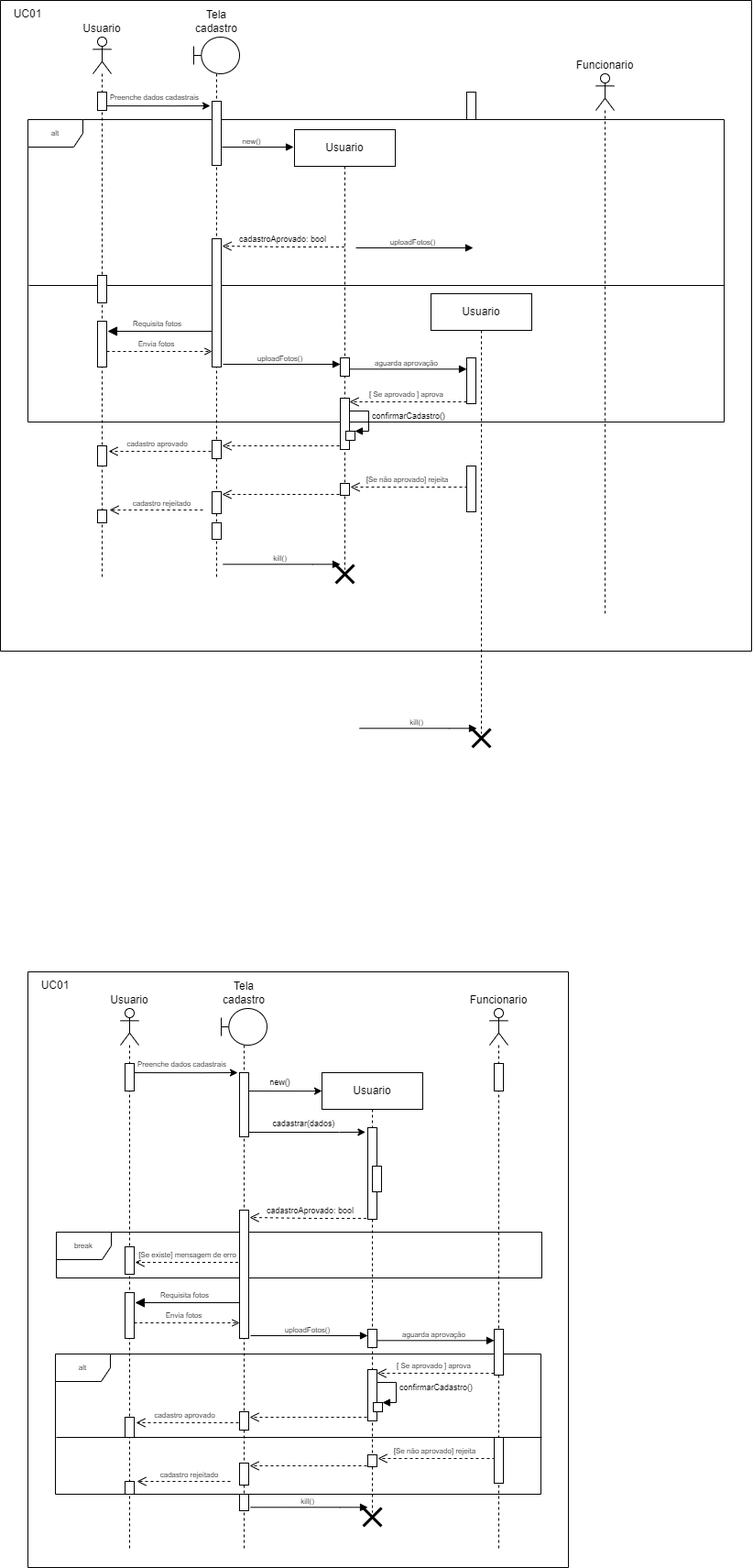
EijiDogen/BrainForHire keeps this draw.io diagram as diagramasDeSequenciaCompletos/1. CadastraNoSistemaR1.drawio.png. Above is the earlier version. Source tidied: cells renumbered, new cells last; positions are measured from the earlier drawing's top-left corner, leaving out a move shared by most shapes.
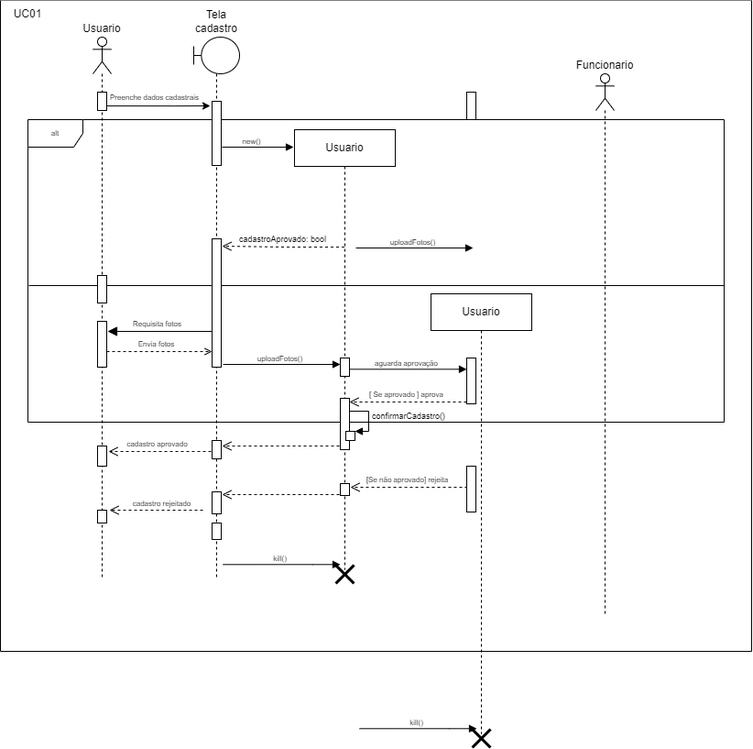
After the change.

Diff of the diagram source:
```diff
@@ -1,6 +1,13 @@
 <mxGraphModel>
   <root>
     <mxCell id="0" />
+    <mxCell id="58" value="Contorno" parent="0" />
+    <mxCell id="59" style="swimlane;startSize=0;fillColor=default;gradientColor=none;swimlaneLine=1;swimlaneFillColor=#FFFFFF;" parent="58" vertex="1">
+      <mxGeometry width="820" height="710" as="geometry" />
+    </mxCell>
+    <mxCell id="60" value="UC01" style="text;html=1;strokeColor=none;fillColor=none;align=center;verticalAlign=middle;whiteSpace=wrap;rounded=0;" parent="59" vertex="1">
+      <mxGeometry width="60" height="30" as="geometry" />
+    </mxCell>
     <mxCell id="1" value="Frames" parent="0" />
     <mxCell id="2" value="Requisita fotos" style="html=1;verticalAlign=bottom;endArrow=block;endSize=8;rounded=0;fontSize=8;endFill=1;" parent="1" edge="1">
       <mxGeometry x="0.09" relative="1" as="geometry">
@@ -286,287 +293,5 @@
     <mxCell id="57" style="html=1;perimeter=orthogonalPerimeter;fontSize=9;" parent="40" vertex="1">
       <mxGeometry x="509" y="390" width="10" height="50" as="geometry" />
     </mxCell>
-    <mxCell id="58" value="Contorno" parent="0" />
-    <mxCell id="59" style="swimlane;startSize=0;fillColor=#FFFFFF;gradientColor=none;" parent="58" vertex="1">
-      <mxGeometry width="820" height="710" as="geometry" />
-    </mxCell>
-    <mxCell id="60" value="UC01" style="text;html=1;strokeColor=none;fillColor=none;align=center;verticalAlign=middle;whiteSpace=wrap;rounded=0;" parent="59" vertex="1">
-      <mxGeometry width="60" height="30" as="geometry" />
-    </mxCell>
-    <mxCell id="61" value="Backup" parent="0" />
-    <mxCell id="62" value="break" style="shape=umlFrame;whiteSpace=wrap;html=1;fontSize=8;" parent="61" vertex="1">
-      <mxGeometry x="61" y="1344" width="530" height="50" as="geometry" />
-    </mxCell>
-    <mxCell id="63" value="Requisita fotos" style="html=1;verticalAlign=bottom;endArrow=block;endSize=8;rounded=0;fontSize=8;endFill=1;" parent="61" edge="1">
-      <mxGeometry x="0.09" relative="1" as="geometry">
-        <mxPoint x="265.5" y="1421" as="sourcePoint" />
-        <mxPoint x="147" y="1421" as="targetPoint" />
-      </mxGeometry>
-    </mxCell>
-    <mxCell id="64" value="alt" style="shape=umlFrame;whiteSpace=wrap;html=1;fontSize=8;" parent="61" vertex="1">
-      <mxGeometry x="60" y="1477" width="530" height="153" as="geometry" />
-    </mxCell>
-    <mxCell id="65" style="line;strokeWidth=1;fillColor=none;align=left;verticalAlign=middle;spacingTop=-1;spacingLeft=3;spacingRight=3;labelPosition=right;" parent="61" vertex="1">
-      <mxGeometry x="61" y="1564" width="530" height="8" as="geometry" />
-    </mxCell>
-    <mxCell id="66" value="Usuario" style="shape=umlLifeline;participant=umlActor;perimeter=lifelinePerimeter;whiteSpace=wrap;html=1;verticalAlign=bottom;spacingTop=36;labelPosition=center;verticalLabelPosition=top;align=center;" parent="61" vertex="1">
-      <mxGeometry x="131" y="1100" width="20" height="590" as="geometry" />
-    </mxCell>
-    <mxCell id="67" value="Tela cadastro" style="shape=umlLifeline;participant=umlBoundary;perimeter=lifelinePerimeter;whiteSpace=wrap;html=1;verticalAlign=bottom;spacingTop=36;labelPosition=center;verticalLabelPosition=top;align=center;" parent="61" vertex="1">
-      <mxGeometry x="241" y="1100" width="50" height="590" as="geometry" />
-    </mxCell>
-    <mxCell id="68" value="Funcionario&lt;br&gt;" style="shape=umlLifeline;participant=umlActor;perimeter=lifelinePerimeter;whiteSpace=wrap;html=1;verticalAlign=bottom;spacingTop=36;labelPosition=center;verticalLabelPosition=top;align=center;" parent="61" vertex="1">
-      <mxGeometry x="534" y="1100" width="20" height="590" as="geometry" />
-    </mxCell>
-    <mxCell id="69" value="Usuario" style="shape=umlLifeline;perimeter=lifelinePerimeter;whiteSpace=wrap;html=1;" parent="61" vertex="1">
-      <mxGeometry x="351" y="1170" width="110" height="480" as="geometry" />
-    </mxCell>
-    <mxCell id="70" value="verificarExiste()" style="edgeStyle=orthogonalEdgeStyle;html=1;align=left;spacingLeft=2;endArrow=block;rounded=0;entryX=1;entryY=0;fontSize=9;" parent="69" edge="1">
-      <mxGeometry relative="1" as="geometry">
-        <mxPoint x="55" y="80" as="sourcePoint" />
-        <Array as="points">
-          <mxPoint x="80" y="80" />
-        </Array>
-      </mxGeometry>
-    </mxCell>
-    <mxCell id="71" style="edgeStyle=orthogonalEdgeStyle;rounded=0;orthogonalLoop=1;jettySize=auto;html=1;endArrow=block;endFill=1;" parent="69" edge="1">
-      <mxGeometry relative="1" as="geometry">
-        <mxPoint x="-78" y="474.3" as="sourcePoint" />
-        <mxPoint x="50" y="474.3" as="targetPoint" />
-        <Array as="points">
-          <mxPoint x="20" y="474.3" />
-          <mxPoint x="20" y="474.3" />
-        </Array>
-      </mxGeometry>
-    </mxCell>
-    <mxCell id="72" value="kill()" style="edgeLabel;html=1;align=center;verticalAlign=middle;fontSize=8;" parent="71" vertex="1">
-      <mxGeometry x="0.19" y="-3" relative="1" as="geometry">
-        <mxPoint x="-14" y="-10" as="offset" />
-      </mxGeometry>
-    </mxCell>
-    <mxCell id="73" style="shape=umlDestroy;whiteSpace=wrap;html=1;strokeWidth=3;" parent="69" vertex="1">
-      <mxGeometry x="45" y="475" width="20" height="20" as="geometry" />
-    </mxCell>
-    <mxCell id="74" value="confirmarCadastro()" style="edgeStyle=orthogonalEdgeStyle;html=1;align=left;spacingLeft=2;endArrow=block;rounded=0;entryX=1;entryY=0;fontSize=9;" parent="61" edge="1">
-      <mxGeometry relative="1" as="geometry">
-        <mxPoint x="407" y="1508" as="sourcePoint" />
-        <mxPoint x="417" y="1530" as="targetPoint" />
-        <Array as="points">
-          <mxPoint x="432" y="1508" />
-        </Array>
-      </mxGeometry>
-    </mxCell>
-    <mxCell id="75" style="edgeStyle=orthogonalEdgeStyle;rounded=0;orthogonalLoop=1;jettySize=auto;html=1;" parent="61" edge="1">
-      <mxGeometry relative="1" as="geometry">
-        <mxPoint x="140.3" y="1170.1" as="sourcePoint" />
-        <mxPoint x="259" y="1170" as="targetPoint" />
-        <Array as="points">
-          <mxPoint x="221" y="1170" />
-          <mxPoint x="221" y="1170" />
-        </Array>
-      </mxGeometry>
-    </mxCell>
-    <mxCell id="76" value="Preenche dados cadastrais" style="edgeLabel;html=1;align=center;verticalAlign=middle;fontSize=8;" parent="75" vertex="1">
-      <mxGeometry x="-0.09" y="2" relative="1" as="geometry">
-        <mxPoint x="3" y="-8" as="offset" />
-      </mxGeometry>
-    </mxCell>
-    <mxCell id="77" style="edgeStyle=orthogonalEdgeStyle;rounded=0;orthogonalLoop=1;jettySize=auto;html=1;fontSize=9;" parent="61" edge="1">
-      <mxGeometry relative="1" as="geometry">
-        <mxPoint x="265.3" y="1190.1" as="sourcePoint" />
-        <mxPoint x="351" y="1190" as="targetPoint" />
-        <Array as="points">
-          <mxPoint x="341" y="1190" />
-        </Array>
-      </mxGeometry>
-    </mxCell>
-    <mxCell id="78" value="new()" style="edgeLabel;html=1;align=center;verticalAlign=middle;fontSize=9;" parent="77" vertex="1">
-      <mxGeometry x="-0.11" y="1" relative="1" as="geometry">
-        <mxPoint y="-9" as="offset" />
-      </mxGeometry>
-    </mxCell>
-    <mxCell id="79" value="[Se existe] mensagem de erro" style="html=1;verticalAlign=bottom;endArrow=open;dashed=1;endSize=8;rounded=0;fontSize=8;" parent="61" edge="1">
-      <mxGeometry x="0.04" relative="1" as="geometry">
-        <mxPoint x="265.5" y="1377" as="sourcePoint" />
-        <mxPoint x="147" y="1377" as="targetPoint" />
-      </mxGeometry>
-    </mxCell>
-    <mxCell id="80" value="Envia fotos" style="html=1;verticalAlign=bottom;endArrow=open;rounded=0;fontSize=8;endFill=0;dashed=1;" parent="61" edge="1">
-      <mxGeometry x="-0.04" relative="1" as="geometry">
-        <mxPoint x="146" y="1443" as="sourcePoint" />
-        <mxPoint x="261" y="1443" as="targetPoint" />
-      </mxGeometry>
-    </mxCell>
-    <mxCell id="81" style="edgeStyle=orthogonalEdgeStyle;rounded=0;orthogonalLoop=1;jettySize=auto;html=1;endArrow=block;endFill=1;" parent="61" edge="1">
-      <mxGeometry relative="1" as="geometry">
-        <mxPoint x="273" y="1457" as="sourcePoint" />
-        <mxPoint x="401" y="1457" as="targetPoint" />
-        <Array as="points">
-          <mxPoint x="273" y="1457" />
-        </Array>
-      </mxGeometry>
-    </mxCell>
-    <mxCell id="82" value="uploadFotos()" style="edgeLabel;html=1;align=center;verticalAlign=middle;fontSize=8;" parent="81" vertex="1">
-      <mxGeometry x="0.19" y="-3" relative="1" as="geometry">
-        <mxPoint x="-14" y="-10" as="offset" />
-      </mxGeometry>
-    </mxCell>
-    <mxCell id="83" style="rounded=0;orthogonalLoop=1;jettySize=auto;html=1;endArrow=block;endFill=1;exitX=1;exitY=0.186;exitDx=0;exitDy=0;exitPerimeter=0;" parent="61" edge="1">
-      <mxGeometry relative="1" as="geometry">
-        <mxPoint x="411" y="1462.3" as="sourcePoint" />
-        <mxPoint x="539" y="1462.3" as="targetPoint" />
-      </mxGeometry>
-    </mxCell>
-    <mxCell id="84" value="aguarda aprovação" style="edgeLabel;html=1;align=center;verticalAlign=middle;fontSize=8;" parent="83" vertex="1">
-      <mxGeometry x="0.19" y="-3" relative="1" as="geometry">
-        <mxPoint x="-14" y="-10" as="offset" />
-      </mxGeometry>
-    </mxCell>
-    <mxCell id="85" value="[ Se aprovado ] aprova" style="html=1;verticalAlign=bottom;endArrow=open;dashed=1;endSize=8;rounded=0;fontSize=8;sketch=0;shadow=0;strokeColor=default;" parent="61" edge="1">
-      <mxGeometry x="0.04" relative="1" as="geometry">
-        <mxPoint x="539" y="1498" as="sourcePoint" />
-        <mxPoint x="411" y="1498" as="targetPoint" />
-        <Array as="points">
-          <mxPoint x="471" y="1498" />
-        </Array>
-      </mxGeometry>
-    </mxCell>
-    <mxCell id="86" value="cadastro aprovado" style="html=1;verticalAlign=bottom;endArrow=open;dashed=1;endSize=8;rounded=0;fontSize=8;sketch=0;shadow=0;strokeColor=default;" parent="61" edge="1">
-      <mxGeometry x="0.04" relative="1" as="geometry">
-        <mxPoint x="260" y="1552" as="sourcePoint" />
-        <mxPoint x="148" y="1552" as="targetPoint" />
-        <Array as="points">
-          <mxPoint x="192" y="1552" />
-        </Array>
-      </mxGeometry>
-    </mxCell>
-    <mxCell id="87" style="html=1;verticalAlign=bottom;endArrow=open;dashed=1;endSize=8;rounded=0;fontSize=8;sketch=0;shadow=0;strokeColor=default;" parent="61" edge="1">
-      <mxGeometry x="0.04" relative="1" as="geometry">
-        <mxPoint x="400" y="1546" as="sourcePoint" />
-        <mxPoint x="272" y="1546" as="targetPoint" />
-        <Array as="points">
-          <mxPoint x="332" y="1546" />
-        </Array>
-      </mxGeometry>
-    </mxCell>
-    <mxCell id="88" value="[Se não aprovado] rejeita" style="html=1;verticalAlign=bottom;endArrow=open;dashed=1;endSize=8;rounded=0;fontSize=8;sketch=0;shadow=0;strokeColor=default;" parent="61" edge="1">
-      <mxGeometry x="0.04" relative="1" as="geometry">
-        <mxPoint x="540" y="1591" as="sourcePoint" />
-        <mxPoint x="412" y="1591" as="targetPoint" />
-        <Array as="points">
-          <mxPoint x="472" y="1591" />
-        </Array>
-      </mxGeometry>
-    </mxCell>
-    <mxCell id="89" style="html=1;verticalAlign=bottom;endArrow=open;dashed=1;endSize=8;rounded=0;fontSize=8;sketch=0;shadow=0;strokeColor=default;" parent="61" edge="1">
-      <mxGeometry x="0.04" relative="1" as="geometry">
-        <mxPoint x="400" y="1599" as="sourcePoint" />
-        <mxPoint x="272" y="1599" as="targetPoint" />
-        <Array as="points">
-          <mxPoint x="332" y="1599" />
-        </Array>
-      </mxGeometry>
-    </mxCell>
-    <mxCell id="90" style="html=1;verticalAlign=bottom;endArrow=open;dashed=1;endSize=8;rounded=0;fontSize=8;sketch=0;shadow=0;strokeColor=default;" parent="61" edge="1">
-      <mxGeometry x="0.04" relative="1" as="geometry">
-        <mxPoint x="251" y="1616" as="sourcePoint" />
-        <mxPoint x="149" y="1616" as="targetPoint" />
-        <Array as="points">
-          <mxPoint x="209" y="1616" />
-        </Array>
-      </mxGeometry>
-    </mxCell>
-    <mxCell id="91" value="&lt;font style=&quot;font-size: 8px&quot;&gt;cadastro rejeitado&lt;/font&gt;" style="edgeLabel;html=1;align=center;verticalAlign=middle;fontSize=9;" parent="90" vertex="1">
-      <mxGeometry x="-0.44" y="-1" relative="1" as="geometry">
-        <mxPoint x="-17" y="-7" as="offset" />
-      </mxGeometry>
-    </mxCell>
-    <mxCell id="92" style="edgeStyle=orthogonalEdgeStyle;rounded=0;orthogonalLoop=1;jettySize=auto;html=1;fontSize=9;entryX=-0.252;entryY=0.049;entryDx=0;entryDy=0;entryPerimeter=0;" parent="61" edge="1">
-      <mxGeometry relative="1" as="geometry">
-        <mxPoint x="265.8" y="1235" as="sourcePoint" />
-        <mxPoint x="398.5" y="1234.9" as="targetPoint" />
-        <Array as="points">
-          <mxPoint x="370" y="1235" />
-          <mxPoint x="370" y="1235" />
-        </Array>
-      </mxGeometry>
-    </mxCell>
-    <mxCell id="93" value="cadastrar(dados)" style="edgeLabel;html=1;align=center;verticalAlign=middle;fontSize=9;" parent="92" vertex="1">
-      <mxGeometry x="0.31" y="-2" relative="1" as="geometry">
-        <mxPoint x="-23" y="-12" as="offset" />
-      </mxGeometry>
-    </mxCell>
-    <mxCell id="94" value="cadastroAprovado: bool" style="html=1;verticalAlign=bottom;endArrow=open;dashed=1;endSize=8;rounded=0;fontSize=9;" parent="61" edge="1">
-      <mxGeometry relative="1" as="geometry">
-        <mxPoint x="405.5" y="1329" as="sourcePoint" />
-        <mxPoint x="272" y="1328" as="targetPoint" />
-        <Array as="points">
-          <mxPoint x="341" y="1329" />
-        </Array>
-      </mxGeometry>
-    </mxCell>
-    <mxCell id="95" style="html=1;perimeter=orthogonalPerimeter;fontSize=9;" parent="61" vertex="1">
-      <mxGeometry x="136" y="1160" width="10" height="30" as="geometry" />
-    </mxCell>
-    <mxCell id="96" style="html=1;perimeter=orthogonalPerimeter;fontSize=9;" parent="61" vertex="1">
-      <mxGeometry x="136" y="1360" width="10" height="30" as="geometry" />
-    </mxCell>
-    <mxCell id="97" style="html=1;perimeter=orthogonalPerimeter;fontSize=9;" parent="61" vertex="1">
-      <mxGeometry x="136" y="1410" width="10" height="50" as="geometry" />
-    </mxCell>
-    <mxCell id="98" style="html=1;perimeter=orthogonalPerimeter;fontSize=9;" parent="61" vertex="1">
-      <mxGeometry x="136" y="1546" width="10" height="22" as="geometry" />
-    </mxCell>
-    <mxCell id="99" style="html=1;perimeter=orthogonalPerimeter;fontSize=9;" parent="61" vertex="1">
-      <mxGeometry x="261" y="1320" width="10" height="140" as="geometry" />
-    </mxCell>
-    <mxCell id="100" style="html=1;perimeter=orthogonalPerimeter;fontSize=9;" parent="61" vertex="1">
-      <mxGeometry x="401" y="1450" width="10" height="20" as="geometry" />
-    </mxCell>
-    <mxCell id="101" style="html=1;perimeter=orthogonalPerimeter;fontSize=9;" parent="61" vertex="1">
-      <mxGeometry x="401" y="1230" width="10" height="100" as="geometry" />
-    </mxCell>
-    <mxCell id="102" style="html=1;perimeter=orthogonalPerimeter;fontSize=9;" parent="61" vertex="1">
-      <mxGeometry x="539" y="1160" width="10" height="30" as="geometry" />
-    </mxCell>
-    <mxCell id="103" style="html=1;perimeter=orthogonalPerimeter;fontSize=9;" parent="61" vertex="1">
-      <mxGeometry x="261" y="1170" width="10" height="70" as="geometry" />
-    </mxCell>
-    <mxCell id="104" style="html=1;perimeter=orthogonalPerimeter;fontSize=9;" parent="61" vertex="1">
-      <mxGeometry x="539" y="1568" width="10" height="50" as="geometry" />
-    </mxCell>
-    <mxCell id="105" style="html=1;perimeter=orthogonalPerimeter;fontSize=9;" parent="61" vertex="1">
-      <mxGeometry x="401" y="1587" width="10" height="13" as="geometry" />
-    </mxCell>
-    <mxCell id="106" style="html=1;perimeter=orthogonalPerimeter;fontSize=9;" parent="61" vertex="1">
-      <mxGeometry x="261" y="1596" width="10" height="24" as="geometry" />
-    </mxCell>
-    <mxCell id="107" style="html=1;perimeter=orthogonalPerimeter;fontSize=9;" parent="61" vertex="1">
-      <mxGeometry x="261" y="1630" width="10" height="18" as="geometry" />
-    </mxCell>
-    <mxCell id="108" style="html=1;perimeter=orthogonalPerimeter;fontSize=9;" parent="61" vertex="1">
-      <mxGeometry x="261" y="1540" width="10" height="20" as="geometry" />
-    </mxCell>
-    <mxCell id="109" style="html=1;perimeter=orthogonalPerimeter;fontSize=9;" parent="61" vertex="1">
-      <mxGeometry x="136" y="1616" width="10" height="14" as="geometry" />
-    </mxCell>
-    <mxCell id="110" style="html=1;perimeter=orthogonalPerimeter;fontSize=9;" parent="61" vertex="1">
-      <mxGeometry x="401" y="1494" width="10" height="56" as="geometry" />
-    </mxCell>
-    <mxCell id="111" style="html=1;perimeter=orthogonalPerimeter;fontSize=9;" parent="61" vertex="1">
-      <mxGeometry x="407" y="1530" width="10" height="10" as="geometry" />
-    </mxCell>
-    <mxCell id="112" style="html=1;perimeter=orthogonalPerimeter;fontSize=9;" parent="61" vertex="1">
-      <mxGeometry x="539" y="1450" width="10" height="50" as="geometry" />
-    </mxCell>
-    <mxCell id="113" style="html=1;perimeter=orthogonalPerimeter;fontSize=9;" parent="61" vertex="1">
-      <mxGeometry x="406" y="1272" width="10" height="28" as="geometry" />
-    </mxCell>
-    <mxCell id="114" style="swimlane;startSize=0;" parent="61" vertex="1">
-      <mxGeometry x="30" y="1060" width="590" height="650" as="geometry" />
-    </mxCell>
-    <mxCell id="115" value="UC01" style="text;html=1;strokeColor=none;fillColor=none;align=center;verticalAlign=middle;whiteSpace=wrap;rounded=0;" parent="114" vertex="1">
-      <mxGeometry width="60" height="30" as="geometry" />
-    </mxCell>
   </root>
 </mxGraphModel>
```
